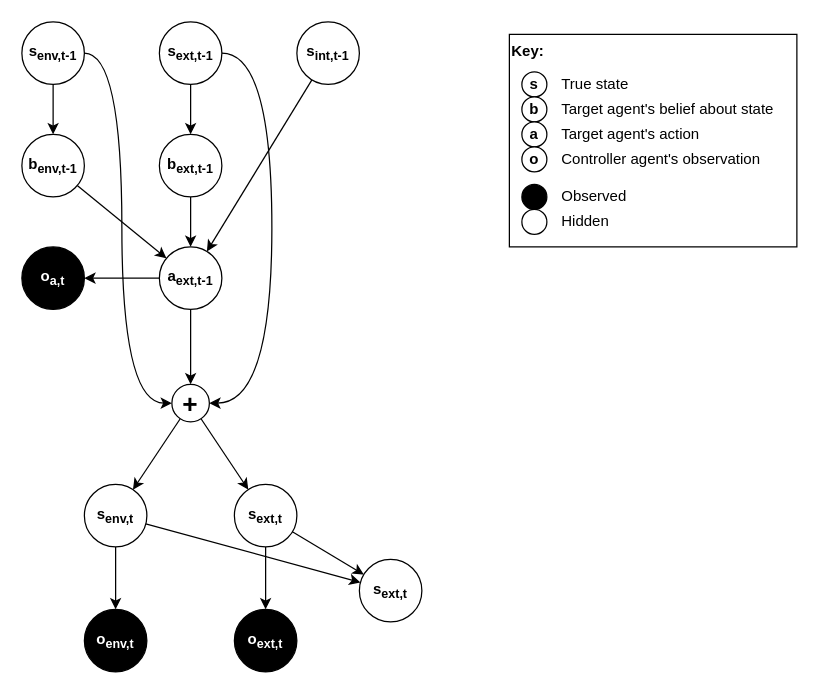
This is page "target-behaviour-model" (1 of 3) of files/Autonomous-monitoring-and-control.drawio from malcolmlett/malcolmlett.github.io, a draw.io file, before an edit. Source tidied: cells renumbered, new cells numbered last; positions are measured from the earlier drawing's top-left corner, leaving out a move shared by most shapes. Both pictures are drawn from the tidied source at 125%, with x=0, y=0 at pixel (21, 21).
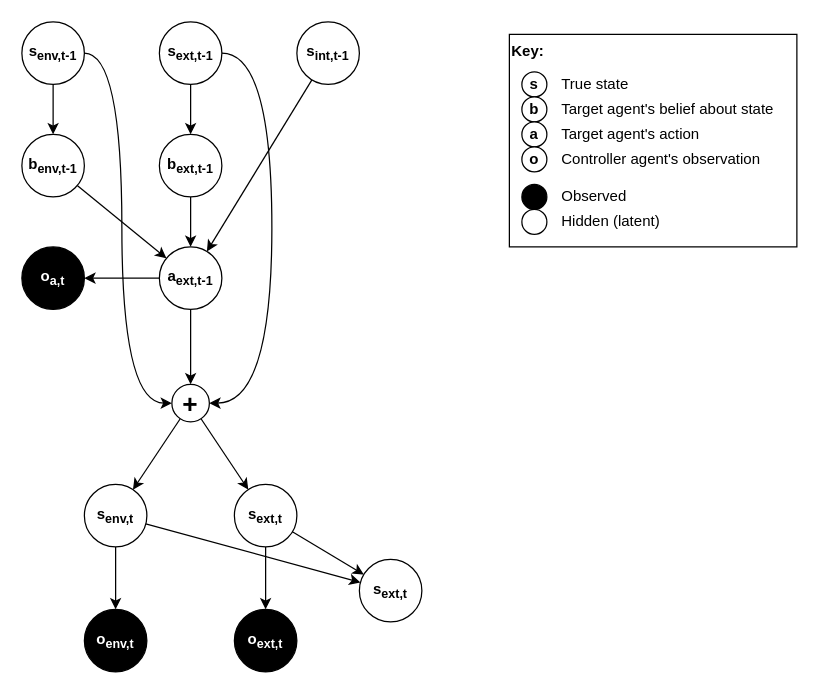
Above is the later version.

Change to the diagram source:
```diff
@@
-    <mxCell id="42" value="Hidden" style="text;html=1;strokeColor=none;fillColor=none;align=left;verticalAlign=middle;whiteSpace=wrap;rounded=0;fontSize=12;" parent="1" vertex="1">
+    <mxCell id="42" value="Hidden (latent)" style="text;html=1;strokeColor=none;fillColor=none;align=left;verticalAlign=middle;whiteSpace=wrap;rounded=0;fontSize=12;" parent="1" vertex="1">
       <mxGeometry x="430" y="150" width="200" height="20" as="geometry" />
     </mxCell>
```
